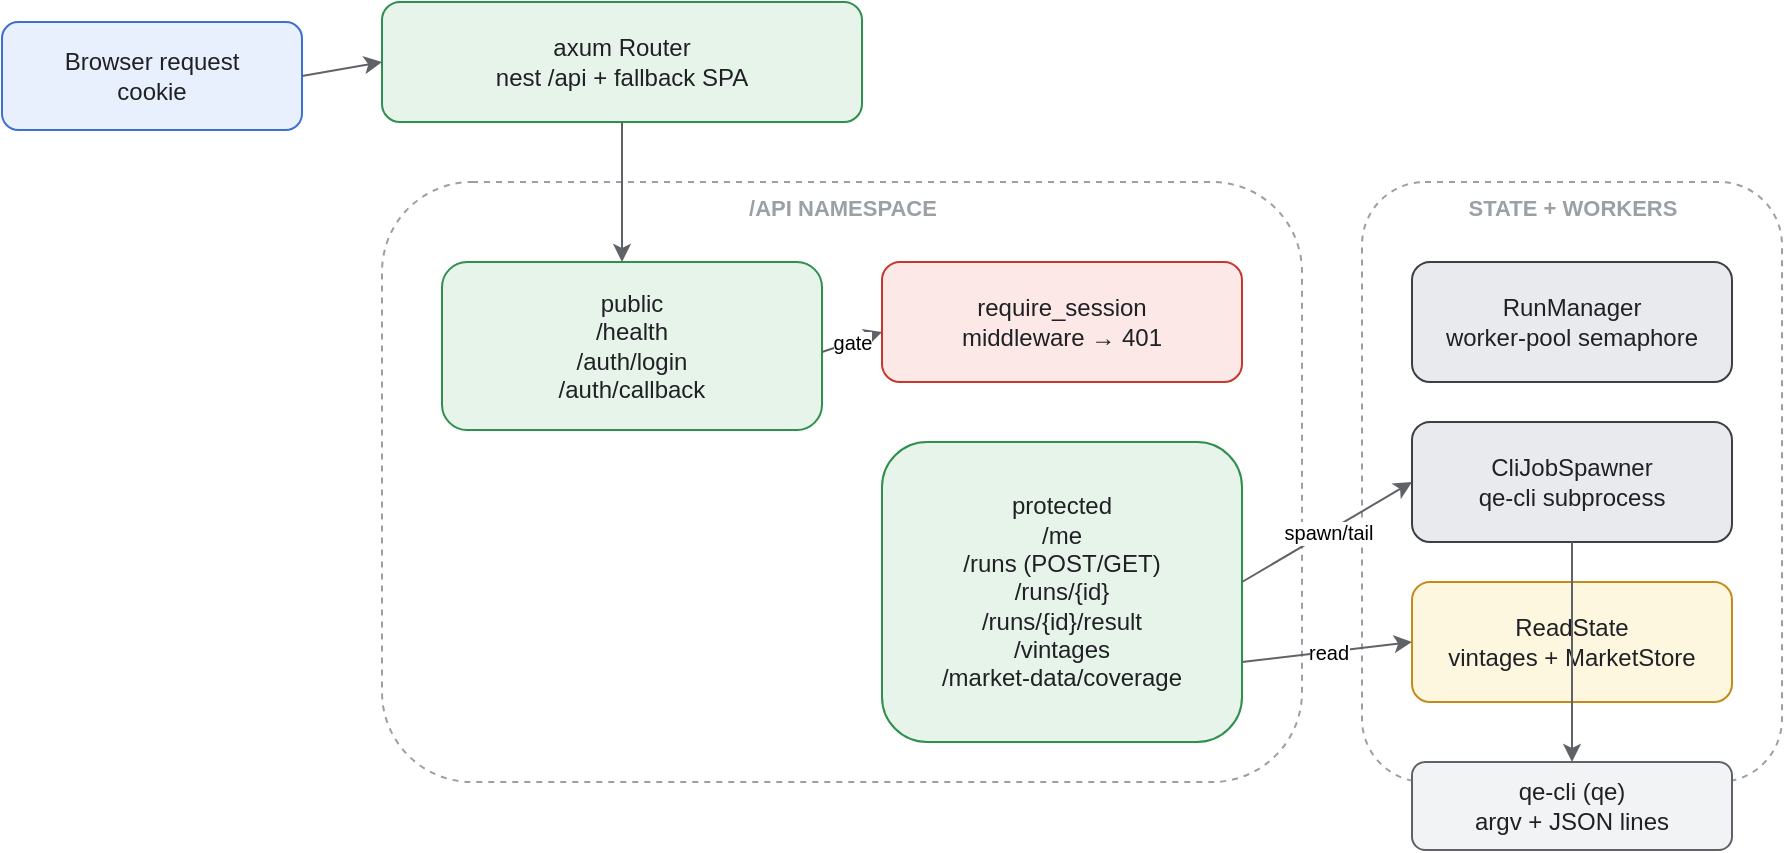
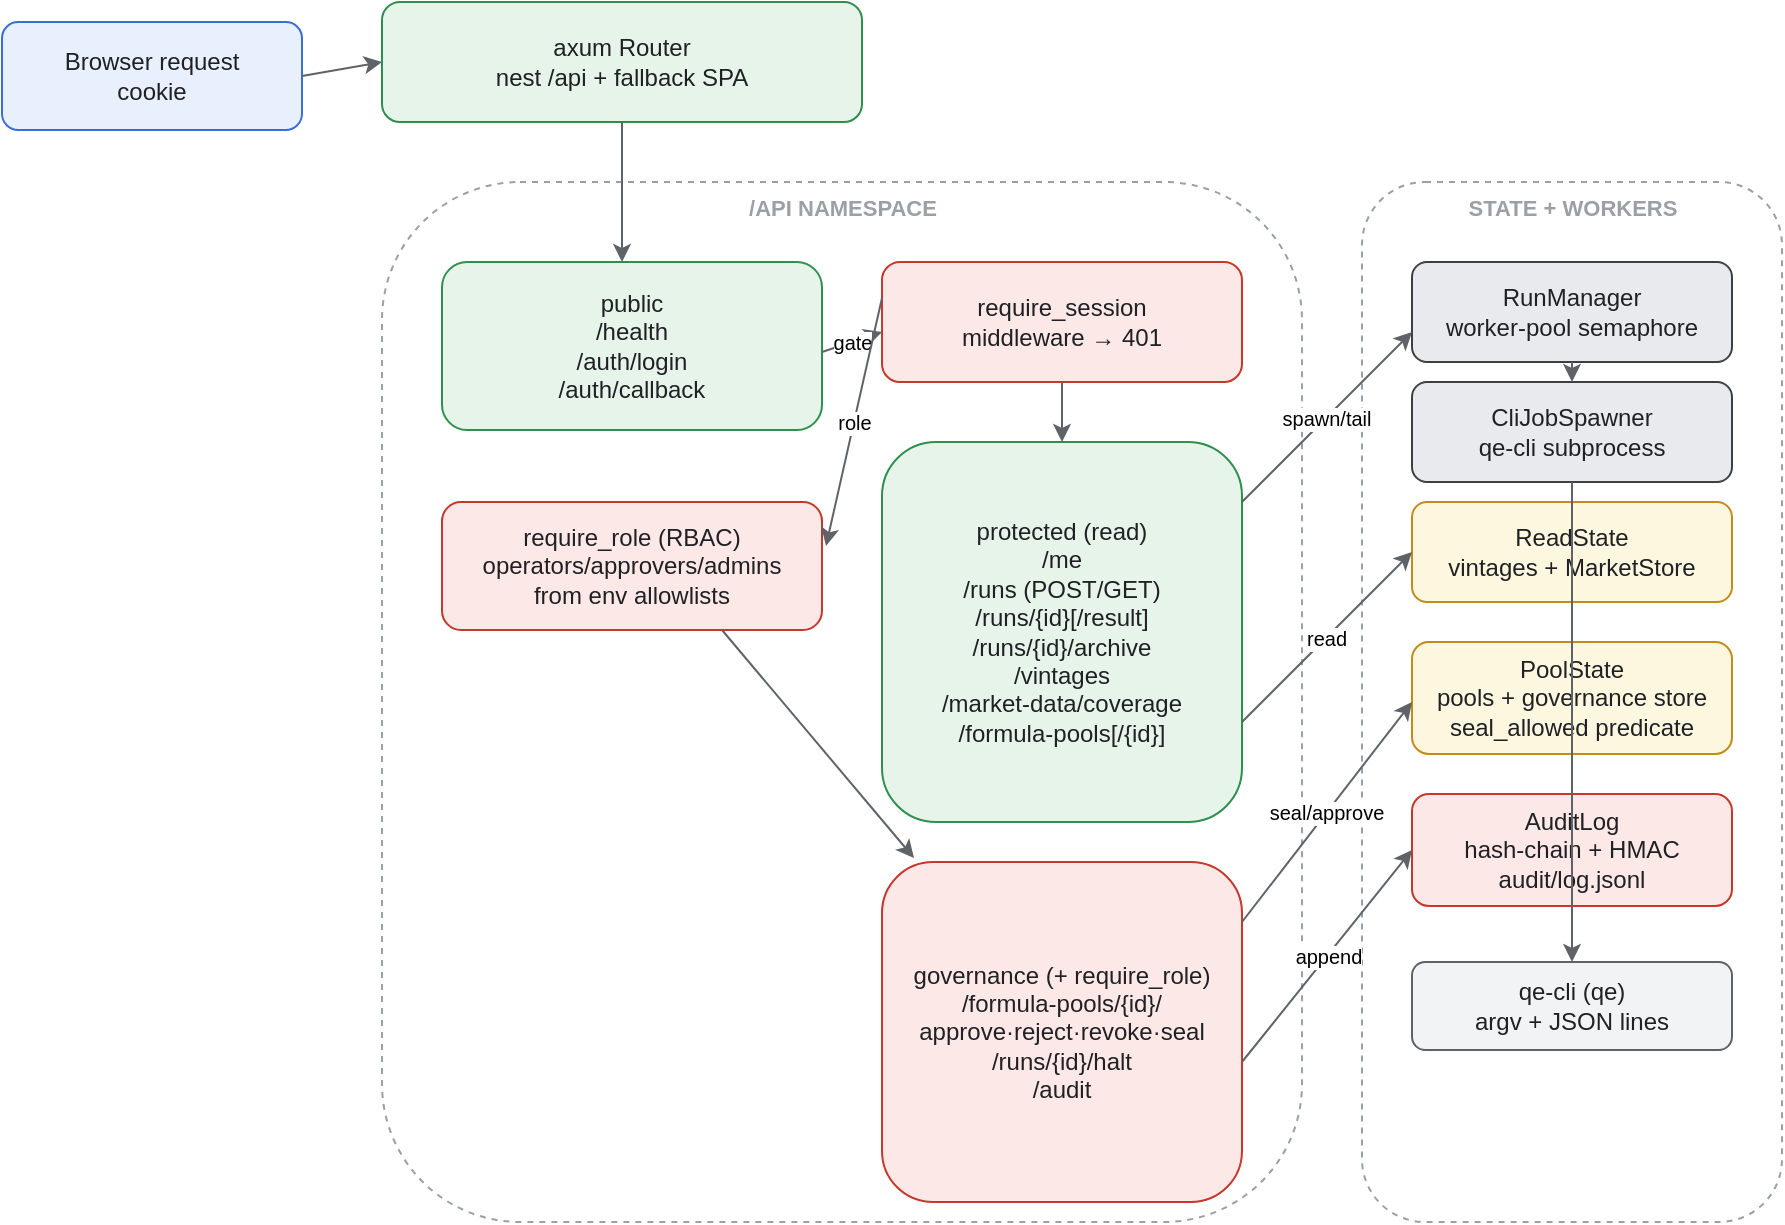
<mxfile host="app.diagrams.net" type="device">
  <diagram name="Backend / API Architecture (qe-server)" id="diagram-1">
-     <mxGraphModel dx="980" dy="640" grid="1" gridSize="10" guides="1" tooltips="1"
+     <mxGraphModel dx="980" dy="760" grid="1" gridSize="10" guides="1" tooltips="1"
        connect="1" arrows="1" fold="1" page="1" pageScale="1" pageWidth="980"
-         pageHeight="640" math="0" shadow="0">
+         pageHeight="760" math="0" shadow="0">
      <root>
<mxCell id="0"/>
<mxCell id="1" parent="0"/>
- <mxCell id="n2" value="/API NAMESPACE" style="rounded=1;dashed=1;html=1;fillColor=none;strokeColor=#9aa0a6;verticalAlign=top;fontColor=#9aa0a6;fontStyle=1;fontSize=11;" vertex="1" parent="1"><mxGeometry x="250" y="200" width="460" height="300" as="geometry"/></mxCell>
- <mxCell id="n3" value="STATE + WORKERS" style="rounded=1;dashed=1;html=1;fillColor=none;strokeColor=#9aa0a6;verticalAlign=top;fontColor=#9aa0a6;fontStyle=1;fontSize=11;" vertex="1" parent="1"><mxGeometry x="740" y="200" width="210" height="300" as="geometry"/></mxCell>
+ <mxCell id="n2" value="/API NAMESPACE" style="rounded=1;dashed=1;html=1;fillColor=none;strokeColor=#9aa0a6;verticalAlign=top;fontColor=#9aa0a6;fontStyle=1;fontSize=11;" vertex="1" parent="1"><mxGeometry x="250" y="200" width="460" height="520" as="geometry"/></mxCell>
+ <mxCell id="n3" value="STATE + WORKERS" style="rounded=1;dashed=1;html=1;fillColor=none;strokeColor=#9aa0a6;verticalAlign=top;fontColor=#9aa0a6;fontStyle=1;fontSize=11;" vertex="1" parent="1"><mxGeometry x="740" y="200" width="210" height="520" as="geometry"/></mxCell>
<mxCell id="req" value="Browser request&#10;cookie" style="rounded=1;whiteSpace=wrap;html=1;fillColor=#e8f0fe;strokeColor=#3b6fd4;fontColor=#202124;fontFamily=Helvetica;fontSize=12;" vertex="1" parent="1"><mxGeometry x="60" y="120" width="150" height="54" as="geometry"/></mxCell>
<mxCell id="outer" value="axum Router&#10;nest /api + fallback SPA" style="rounded=1;whiteSpace=wrap;html=1;fillColor=#e6f4ea;strokeColor=#2f8f4e;fontColor=#202124;fontFamily=Helvetica;fontSize=12;" vertex="1" parent="1"><mxGeometry x="250" y="110" width="240" height="60" as="geometry"/></mxCell>
<mxCell id="pub" value="public&#10;/health&#10;/auth/login&#10;/auth/callback" style="rounded=1;whiteSpace=wrap;html=1;fillColor=#e6f4ea;strokeColor=#2f8f4e;fontColor=#202124;fontFamily=Helvetica;fontSize=12;" vertex="1" parent="1"><mxGeometry x="280" y="240" width="190" height="84" as="geometry"/></mxCell>
<mxCell id="mw" value="require_session&#10;middleware → 401" style="rounded=1;whiteSpace=wrap;html=1;fillColor=#fce8e6;strokeColor=#c5382b;fontColor=#202124;fontFamily=Helvetica;fontSize=12;" vertex="1" parent="1"><mxGeometry x="500" y="240" width="180" height="60" as="geometry"/></mxCell>
- <mxCell id="prot" value="protected&#10;/me&#10;/runs (POST/GET)&#10;/runs/{id}&#10;/runs/{id}/result&#10;/vintages&#10;/market-data/coverage" style="rounded=1;whiteSpace=wrap;html=1;fillColor=#e6f4ea;strokeColor=#2f8f4e;fontColor=#202124;fontFamily=Helvetica;fontSize=12;" vertex="1" parent="1"><mxGeometry x="500" y="330" width="180" height="150" as="geometry"/></mxCell>
- <mxCell id="mgr" value="RunManager&#10;worker-pool semaphore" style="rounded=1;whiteSpace=wrap;html=1;fillColor=#e8eaed;strokeColor=#3c4043;fontColor=#202124;fontFamily=Helvetica;fontSize=12;" vertex="1" parent="1"><mxGeometry x="765" y="240" width="160" height="60" as="geometry"/></mxCell>
- <mxCell id="spwn" value="CliJobSpawner&#10;qe-cli subprocess" style="rounded=1;whiteSpace=wrap;html=1;fillColor=#e8eaed;strokeColor=#3c4043;fontColor=#202124;fontFamily=Helvetica;fontSize=12;" vertex="1" parent="1"><mxGeometry x="765" y="320" width="160" height="60" as="geometry"/></mxCell>
- <mxCell id="rd" value="ReadState&#10;vintages + MarketStore" style="rounded=1;whiteSpace=wrap;html=1;fillColor=#fef7e0;strokeColor=#c58a1a;fontColor=#202124;fontFamily=Helvetica;fontSize=12;" vertex="1" parent="1"><mxGeometry x="765" y="400" width="160" height="60" as="geometry"/></mxCell>
- <mxCell id="child" value="qe-cli (qe)&#10;argv + JSON lines" style="rounded=1;whiteSpace=wrap;html=1;fillColor=#f1f3f4;strokeColor=#5f6368;fontColor=#202124;fontFamily=Helvetica;fontSize=12;" vertex="1" parent="1"><mxGeometry x="765" y="490" width="160" height="44" as="geometry"/></mxCell>
- <mxCell id="n4" value="" style="endArrow=classic;html=1;strokeColor=#5f6368;fontSize=10;labelBackgroundColor=#ffffff;" edge="1" parent="1"><mxGeometry relative="1" as="geometry"><mxPoint x="210" y="147" as="sourcePoint"/><mxPoint x="250" y="140" as="targetPoint"/></mxGeometry></mxCell>
- <mxCell id="n5" value="" style="endArrow=classic;html=1;strokeColor=#5f6368;fontSize=10;labelBackgroundColor=#ffffff;" edge="1" parent="1"><mxGeometry relative="1" as="geometry"><mxPoint x="370" y="170" as="sourcePoint"/><mxPoint x="370" y="240" as="targetPoint"/></mxGeometry></mxCell>
- <mxCell id="n6" value="gate" style="endArrow=classic;html=1;strokeColor=#5f6368;fontSize=10;labelBackgroundColor=#ffffff;" edge="1" parent="1"><mxGeometry relative="1" as="geometry"><mxPoint x="470" y="285" as="sourcePoint"/><mxPoint x="500" y="275" as="targetPoint"/></mxGeometry></mxCell>
- <mxCell id="n7" value="spawn/tail" style="endArrow=classic;html=1;strokeColor=#5f6368;fontSize=10;labelBackgroundColor=#ffffff;" edge="1" parent="1"><mxGeometry relative="1" as="geometry"><mxPoint x="680" y="400" as="sourcePoint"/><mxPoint x="765" y="350" as="targetPoint"/></mxGeometry></mxCell>
- <mxCell id="n8" value="read" style="endArrow=classic;html=1;strokeColor=#5f6368;fontSize=10;labelBackgroundColor=#ffffff;" edge="1" parent="1"><mxGeometry relative="1" as="geometry"><mxPoint x="680" y="440" as="sourcePoint"/><mxPoint x="765" y="430" as="targetPoint"/></mxGeometry></mxCell>
- <mxCell id="n9" value="" style="endArrow=classic;html=1;strokeColor=#5f6368;fontSize=10;labelBackgroundColor=#ffffff;" edge="1" parent="1"><mxGeometry relative="1" as="geometry"><mxPoint x="845" y="380" as="sourcePoint"/><mxPoint x="845" y="490" as="targetPoint"/></mxGeometry></mxCell>
+ <mxCell id="role" value="require_role (RBAC)&#10;operators/approvers/admins&#10;from env allowlists" style="rounded=1;whiteSpace=wrap;html=1;fillColor=#fce8e6;strokeColor=#c5382b;fontColor=#202124;fontFamily=Helvetica;fontSize=12;" vertex="1" parent="1"><mxGeometry x="280" y="360" width="190" height="64" as="geometry"/></mxCell>
+ <mxCell id="prot" value="protected (read)&#10;/me&#10;/runs (POST/GET)&#10;/runs/{id}[/result]&#10;/runs/{id}/archive&#10;/vintages&#10;/market-data/coverage&#10;/formula-pools[/{id}]" style="rounded=1;whiteSpace=wrap;html=1;fillColor=#e6f4ea;strokeColor=#2f8f4e;fontColor=#202124;fontFamily=Helvetica;fontSize=12;" vertex="1" parent="1"><mxGeometry x="500" y="330" width="180" height="190" as="geometry"/></mxCell>
+ <mxCell id="gov" value="governance (+ require_role)&#10;/formula-pools/{id}/&#10;  approve·reject·revoke·seal&#10;/runs/{id}/halt&#10;/audit" style="rounded=1;whiteSpace=wrap;html=1;fillColor=#fce8e6;strokeColor=#c5382b;fontColor=#202124;fontFamily=Helvetica;fontSize=12;" vertex="1" parent="1"><mxGeometry x="500" y="540" width="180" height="170" as="geometry"/></mxCell>
+ <mxCell id="mgr" value="RunManager&#10;worker-pool semaphore" style="rounded=1;whiteSpace=wrap;html=1;fillColor=#e8eaed;strokeColor=#3c4043;fontColor=#202124;fontFamily=Helvetica;fontSize=12;" vertex="1" parent="1"><mxGeometry x="765" y="240" width="160" height="50" as="geometry"/></mxCell>
+ <mxCell id="spwn" value="CliJobSpawner&#10;qe-cli subprocess" style="rounded=1;whiteSpace=wrap;html=1;fillColor=#e8eaed;strokeColor=#3c4043;fontColor=#202124;fontFamily=Helvetica;fontSize=12;" vertex="1" parent="1"><mxGeometry x="765" y="300" width="160" height="50" as="geometry"/></mxCell>
+ <mxCell id="rd" value="ReadState&#10;vintages + MarketStore" style="rounded=1;whiteSpace=wrap;html=1;fillColor=#fef7e0;strokeColor=#c58a1a;fontColor=#202124;fontFamily=Helvetica;fontSize=12;" vertex="1" parent="1"><mxGeometry x="765" y="360" width="160" height="50" as="geometry"/></mxCell>
+ <mxCell id="pool" value="PoolState&#10;pools + governance store&#10;seal_allowed predicate" style="rounded=1;whiteSpace=wrap;html=1;fillColor=#fef7e0;strokeColor=#c58a1a;fontColor=#202124;fontFamily=Helvetica;fontSize=12;" vertex="1" parent="1"><mxGeometry x="765" y="430" width="160" height="56" as="geometry"/></mxCell>
+ <mxCell id="audit" value="AuditLog&#10;hash-chain + HMAC&#10;audit/log.jsonl" style="rounded=1;whiteSpace=wrap;html=1;fillColor=#fce8e6;strokeColor=#c5382b;fontColor=#202124;fontFamily=Helvetica;fontSize=12;" vertex="1" parent="1"><mxGeometry x="765" y="506" width="160" height="56" as="geometry"/></mxCell>
+ <mxCell id="child" value="qe-cli (qe)&#10;argv + JSON lines" style="rounded=1;whiteSpace=wrap;html=1;fillColor=#f1f3f4;strokeColor=#5f6368;fontColor=#202124;fontFamily=Helvetica;fontSize=12;" vertex="1" parent="1"><mxGeometry x="765" y="590" width="160" height="44" as="geometry"/></mxCell>
+ <mxCell id="e1" value="" style="endArrow=classic;html=1;strokeColor=#5f6368;fontSize=10;labelBackgroundColor=#ffffff;" edge="1" parent="1"><mxGeometry relative="1" as="geometry"><mxPoint x="210" y="147" as="sourcePoint"/><mxPoint x="250" y="140" as="targetPoint"/></mxGeometry></mxCell>
+ <mxCell id="e2" value="" style="endArrow=classic;html=1;strokeColor=#5f6368;fontSize=10;labelBackgroundColor=#ffffff;" edge="1" parent="1"><mxGeometry relative="1" as="geometry"><mxPoint x="370" y="170" as="sourcePoint"/><mxPoint x="370" y="240" as="targetPoint"/></mxGeometry></mxCell>
+ <mxCell id="e3" value="gate" style="endArrow=classic;html=1;strokeColor=#5f6368;fontSize=10;labelBackgroundColor=#ffffff;" edge="1" parent="1"><mxGeometry relative="1" as="geometry"><mxPoint x="470" y="285" as="sourcePoint"/><mxPoint x="500" y="275" as="targetPoint"/></mxGeometry></mxCell>
+ <mxCell id="e4" value="" style="endArrow=classic;html=1;strokeColor=#5f6368;fontSize=10;labelBackgroundColor=#ffffff;" edge="1" parent="1"><mxGeometry relative="1" as="geometry"><mxPoint x="590" y="300" as="sourcePoint"/><mxPoint x="590" y="330" as="targetPoint"/></mxGeometry></mxCell>
+ <mxCell id="e5" value="role" style="endArrow=classic;html=1;strokeColor=#5f6368;fontSize=10;labelBackgroundColor=#ffffff;" edge="1" parent="1"><mxGeometry relative="1" as="geometry"><mxPoint x="500" y="258" as="sourcePoint"/><mxPoint x="472" y="382" as="targetPoint"/></mxGeometry></mxCell>
+ <mxCell id="e6" value="" style="endArrow=classic;html=1;strokeColor=#5f6368;fontSize=10;labelBackgroundColor=#ffffff;" edge="1" parent="1"><mxGeometry relative="1" as="geometry"><mxPoint x="420" y="424" as="sourcePoint"/><mxPoint x="516" y="538" as="targetPoint"/></mxGeometry></mxCell>
+ <mxCell id="e7" value="spawn/tail" style="endArrow=classic;html=1;strokeColor=#5f6368;fontSize=10;labelBackgroundColor=#ffffff;" edge="1" parent="1"><mxGeometry relative="1" as="geometry"><mxPoint x="680" y="360" as="sourcePoint"/><mxPoint x="765" y="275" as="targetPoint"/></mxGeometry></mxCell>
+ <mxCell id="e8" value="read" style="endArrow=classic;html=1;strokeColor=#5f6368;fontSize=10;labelBackgroundColor=#ffffff;" edge="1" parent="1"><mxGeometry relative="1" as="geometry"><mxPoint x="680" y="470" as="sourcePoint"/><mxPoint x="765" y="385" as="targetPoint"/></mxGeometry></mxCell>
+ <mxCell id="e9" value="seal/approve" style="endArrow=classic;html=1;strokeColor=#5f6368;fontSize=10;labelBackgroundColor=#ffffff;" edge="1" parent="1"><mxGeometry relative="1" as="geometry"><mxPoint x="680" y="570" as="sourcePoint"/><mxPoint x="765" y="460" as="targetPoint"/></mxGeometry></mxCell>
+ <mxCell id="e10" value="append" style="endArrow=classic;html=1;strokeColor=#5f6368;fontSize=10;labelBackgroundColor=#ffffff;" edge="1" parent="1"><mxGeometry relative="1" as="geometry"><mxPoint x="680" y="640" as="sourcePoint"/><mxPoint x="765" y="534" as="targetPoint"/></mxGeometry></mxCell>
+ <mxCell id="e11" value="" style="endArrow=classic;html=1;strokeColor=#5f6368;fontSize=10;labelBackgroundColor=#ffffff;" edge="1" parent="1"><mxGeometry relative="1" as="geometry"><mxPoint x="845" y="290" as="sourcePoint"/><mxPoint x="845" y="300" as="targetPoint"/></mxGeometry></mxCell>
+ <mxCell id="e12" value="" style="endArrow=classic;html=1;strokeColor=#5f6368;fontSize=10;labelBackgroundColor=#ffffff;" edge="1" parent="1"><mxGeometry relative="1" as="geometry"><mxPoint x="845" y="350" as="sourcePoint"/><mxPoint x="845" y="590" as="targetPoint"/></mxGeometry></mxCell>
      </root>
    </mxGraphModel>
  </diagram>
</mxfile>